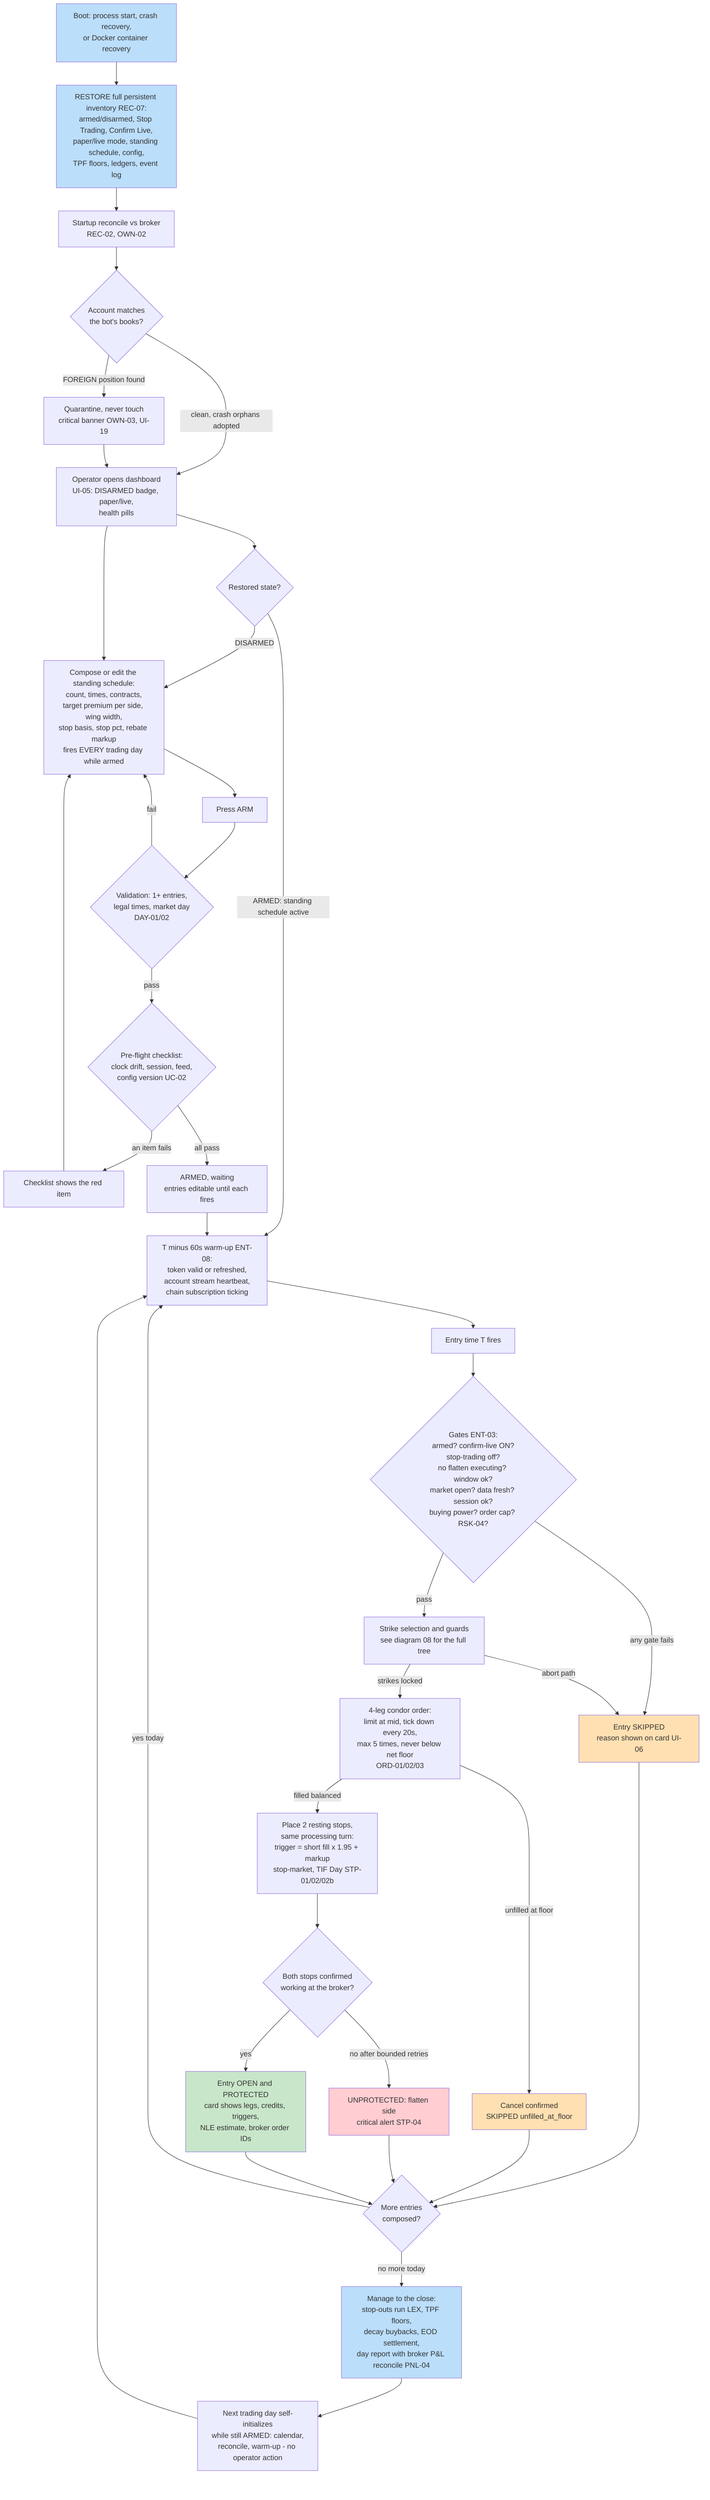
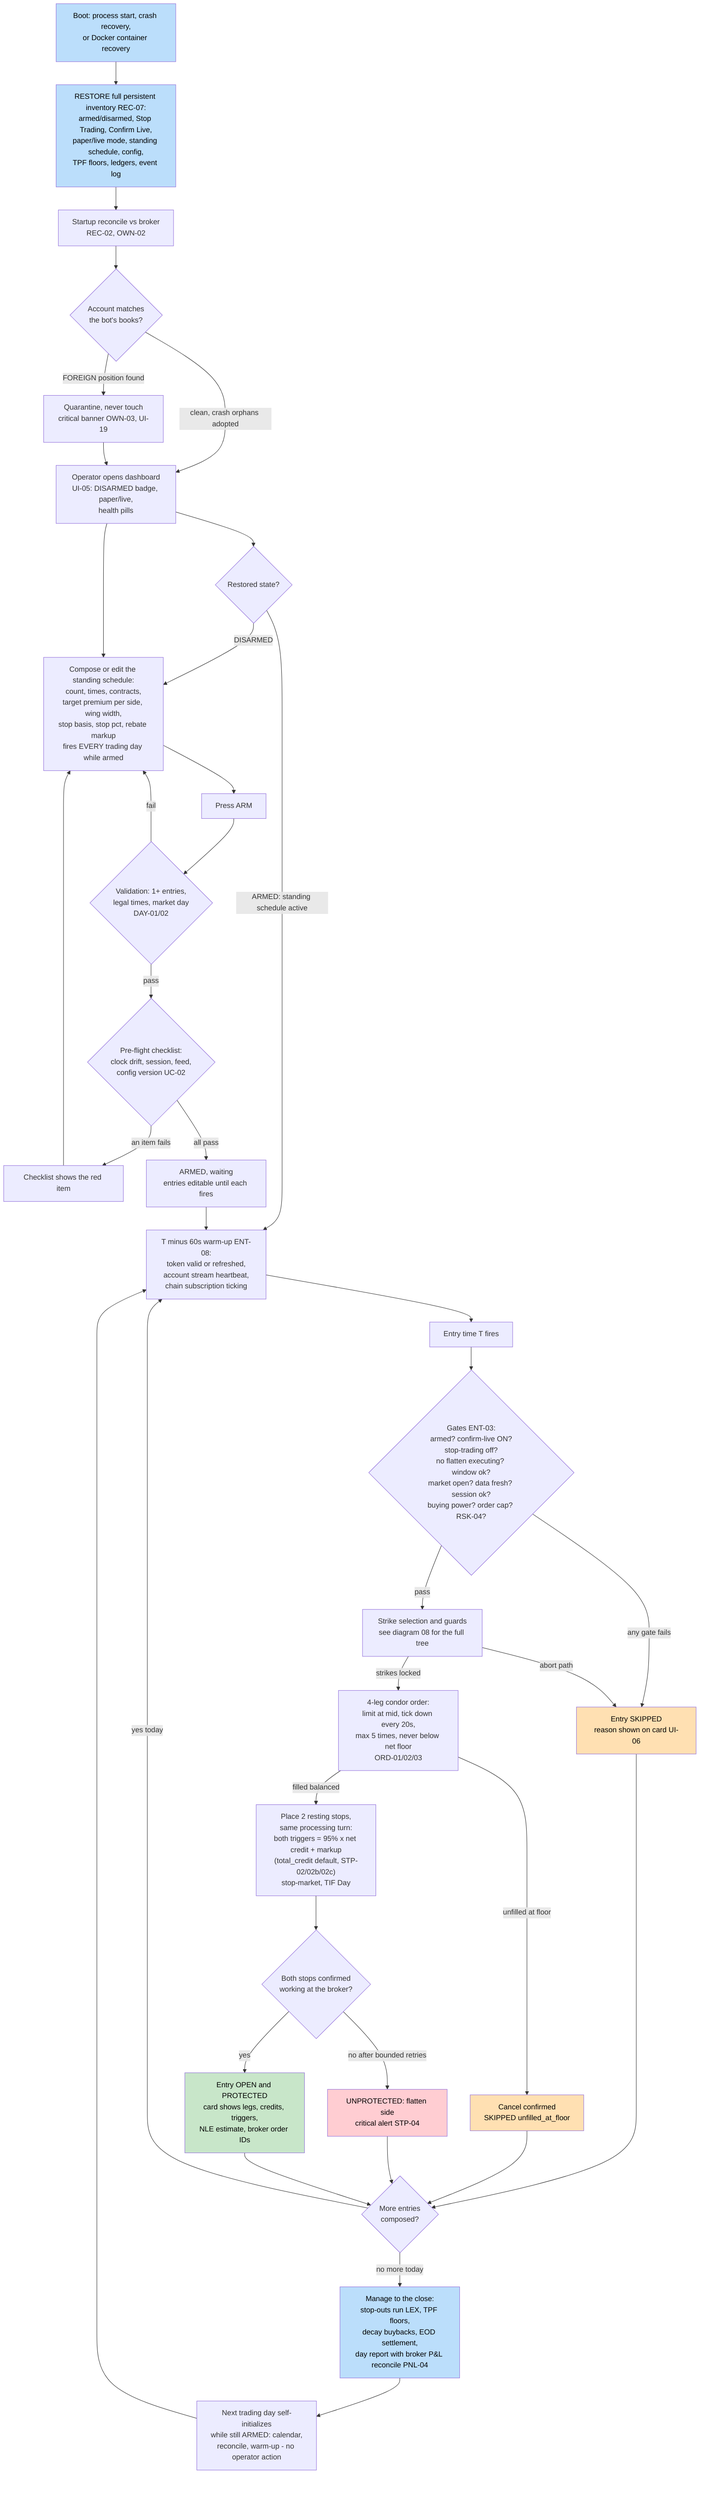
flowchart TD
    A["Boot: process start, crash recovery,<br/>or Docker container recovery"] --> A1["RESTORE full persistent inventory REC-07:<br/>armed/disarmed, Stop Trading, Confirm Live,<br/>paper/live mode, standing schedule, config,<br/>TPF floors, ledgers, event log"]
    A1 --> B["Startup reconcile vs broker<br/>REC-02, OWN-02"]
    B --> C{"Account matches<br/>the bot's books?"}
    C -->|FOREIGN position found| C1["Quarantine, never touch<br/>critical banner OWN-03, UI-19"]
    C -->|clean, crash orphans adopted| D["Operator opens dashboard<br/>UI-05: DISARMED badge, paper/live,<br/>health pills"]
    C1 --> D
    D --> D1{"Restored state?"}
    D1 -->|ARMED: standing schedule active| J
    D1 -->|DISARMED| E

    D --> E["Compose or edit the standing schedule:<br/>count, times, contracts,<br/>target premium per side, wing width,<br/>stop basis, stop pct, rebate markup<br/>fires EVERY trading day while armed"]
    E --> F["Press ARM"]
    F --> G{"Validation: 1+ entries,<br/>legal times, market day<br/>DAY-01/02"}
    G -->|fail| E
    G -->|pass| H{"Pre-flight checklist:<br/>clock drift, session, feed,<br/>config version UC-02"}
    H -->|an item fails| H1["Checklist shows the red item"]
    H1 --> E
    H -->|all pass| I["ARMED, waiting<br/>entries editable until each fires"]

    I --> J["T minus 60s warm-up ENT-08:<br/>token valid or refreshed,<br/>account stream heartbeat,<br/>chain subscription ticking"]
    J --> K["Entry time T fires"]
    K --> L{"Gates ENT-03:<br/>armed? confirm-live ON?<br/>stop-trading off?<br/>no flatten executing? window ok?<br/>market open? data fresh? session ok?<br/>buying power? order cap? RSK-04?"}
    L -->|any gate fails| L1["Entry SKIPPED<br/>reason shown on card UI-06"]
    L1 --> W{"More entries<br/>composed?"}
    L -->|pass| M["Strike selection and guards<br/>see diagram 08 for the full tree"]
    M -->|abort path| L1
    M -->|strikes locked| N["4-leg condor order:<br/>limit at mid, tick down every 20s,<br/>max 5 times, never below net floor<br/>ORD-01/02/03"]
    N -->|unfilled at floor| N1["Cancel confirmed<br/>SKIPPED unfilled_at_floor"]
    N1 --> W
-     N -->|filled balanced| O["Place 2 resting stops,<br/>same processing turn:<br/>trigger = short fill x 1.95 + markup<br/>stop-market, TIF Day STP-01/02/02b"]
+     N -->|filled balanced| O["Place 2 resting stops,<br/>same processing turn:<br/>both triggers = 95% x net credit + markup<br/>(total_credit default, STP-02/02b/02c)<br/>stop-market, TIF Day"]
    O --> P{"Both stops confirmed<br/>working at the broker?"}
    P -->|no after bounded retries| P1["UNPROTECTED: flatten side<br/>critical alert STP-04"]
    P1 --> W
    P -->|yes| Q["Entry OPEN and PROTECTED<br/>card shows legs, credits, triggers,<br/>NLE estimate, broker order IDs"]
    Q --> W

    W -->|yes today| J
    W -->|no more today| X["Manage to the close:<br/>stop-outs run LEX, TPF floors,<br/>decay buybacks, EOD settlement,<br/>day report with broker P&L reconcile PNL-04"]

-     style A fill:#bbdefb
-     style Q fill:#c8e6c9
-     style P1 fill:#ffcdd2
-     style L1 fill:#ffe0b2
-     style N1 fill:#ffe0b2
+     style A fill:#bbdefb,color:#000000
+     style Q fill:#c8e6c9,color:#000000
+     style P1 fill:#ffcdd2,color:#000000
+     style L1 fill:#ffe0b2,color:#000000
+     style N1 fill:#ffe0b2,color:#000000
    X --> Y["Next trading day self-initializes<br/>while still ARMED: calendar,<br/>reconcile, warm-up - no operator action"]
    Y --> J
-     style X fill:#bbdefb
-     style A1 fill:#bbdefb
+     style X fill:#bbdefb,color:#000000
+     style A1 fill:#bbdefb,color:#000000
